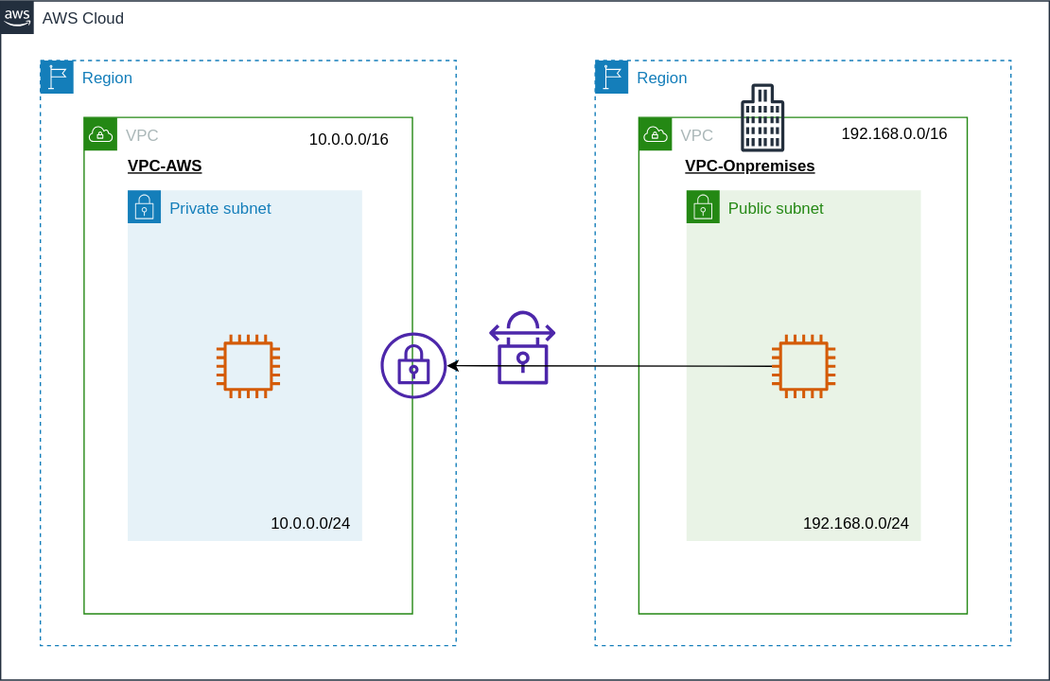
ishiharatma/aws-cdk-cdp keeps this draw.io diagram as usecases/site-to-site-sample/overview.drawio.svg. Above is the earlier version. Source tidied: cells renumbered, new cells last; positions are measured from the earlier drawing's top-left corner, leaving out a move shared by most shapes. Source of this version:
```xml
<mxGraphModel background="#ffffff">
  <root>
    <mxCell id="0" />
    <mxCell id="1" parent="0" />
    <mxCell id="2" value="AWS Cloud" style="gradientColor=none;html=1;whiteSpace=wrap;fontSize=12;fontStyle=0;shape=mxgraph.aws4.group;grIcon=mxgraph.aws4.group_aws_cloud_alt;strokeColor=#232F3E;fillColor=none;verticalAlign=top;align=left;spacingLeft=30;fontColor=#232F3E;dashed=0;" parent="1" vertex="1">
      <mxGeometry width="792" height="513" as="geometry" />
    </mxCell>
    <mxCell id="3" value="Region" style="gradientColor=none;html=1;whiteSpace=wrap;fontSize=12;fontStyle=0;shape=mxgraph.aws4.group;grIcon=mxgraph.aws4.group_region;strokeColor=#147EBA;fillColor=none;verticalAlign=top;align=left;spacingLeft=30;fontColor=#147EBA;dashed=1;" parent="2" vertex="1">
      <mxGeometry x="30" y="45" width="314" height="442" as="geometry" />
    </mxCell>
    <mxCell id="4" value="VPC" style="gradientColor=none;html=1;whiteSpace=wrap;fontSize=12;fontStyle=0;shape=mxgraph.aws4.group;grIcon=mxgraph.aws4.group_vpc;strokeColor=#248814;fillColor=none;verticalAlign=top;align=left;spacingLeft=30;fontColor=#AAB7B8;dashed=0;" parent="3" vertex="1">
      <mxGeometry x="33" y="43" width="248" height="375" as="geometry" />
    </mxCell>
    <mxCell id="5" value="Private subnet" style="gradientColor=none;html=1;whiteSpace=wrap;fontSize=12;fontStyle=0;shape=mxgraph.aws4.group;grIcon=mxgraph.aws4.group_security_group;grStroke=0;strokeColor=#147EBA;fillColor=#E6F2F8;verticalAlign=top;align=left;spacingLeft=30;fontColor=#147EBA;dashed=0;" parent="4" vertex="1">
      <mxGeometry x="33" y="55" width="177" height="265" as="geometry" />
    </mxCell>
    <mxCell id="6" style="sketch=0;outlineConnect=0;fontColor=#232F3E;gradientColor=none;fillColor=#D45B07;strokeColor=none;dashed=0;verticalLabelPosition=bottom;verticalAlign=top;align=center;html=1;fontSize=12;fontStyle=0;shape=mxgraph.aws4.instance2;" parent="5" vertex="1">
      <mxGeometry x="67" y="109" width="48" height="48" as="geometry" />
    </mxCell>
    <mxCell id="7" value="&lt;font color=&quot;#000000&quot;&gt;10.0.0.0/24&lt;/font&gt;" style="text;html=1;align=center;verticalAlign=middle;strokeColor=none;fillColor=none;" parent="5" vertex="1">
      <mxGeometry x="99" y="239" width="78" height="26" as="geometry" />
    </mxCell>
    <mxCell id="8" value="&lt;font color=&quot;#000000&quot;&gt;10.0.0.0/16&lt;/font&gt;" style="text;html=1;align=center;verticalAlign=middle;strokeColor=none;fillColor=none;" parent="4" vertex="1">
      <mxGeometry x="161" y="4" width="78" height="26" as="geometry" />
    </mxCell>
    <mxCell id="9" value="VPC-AWS" style="text;html=1;align=center;verticalAlign=middle;strokeColor=none;fillColor=none;fontColor=#000000;fontStyle=5;" parent="4" vertex="1">
      <mxGeometry x="24" y="24" width="74" height="26" as="geometry" />
    </mxCell>
    <mxCell id="10" style="sketch=0;outlineConnect=0;fontColor=#232F3E;gradientColor=none;fillColor=#4D27AA;strokeColor=none;dashed=0;verticalLabelPosition=bottom;verticalAlign=top;align=center;html=1;fontSize=12;fontStyle=0;shape=mxgraph.aws4.vpn_gateway;" parent="3" vertex="1">
      <mxGeometry x="257" y="205.5" width="50" height="50" as="geometry" />
    </mxCell>
    <mxCell id="11" value="Region" style="gradientColor=none;html=1;whiteSpace=wrap;fontSize=12;fontStyle=0;shape=mxgraph.aws4.group;grIcon=mxgraph.aws4.group_region;strokeColor=#147EBA;fillColor=none;verticalAlign=top;align=left;spacingLeft=30;fontColor=#147EBA;dashed=1;" parent="2" vertex="1">
      <mxGeometry x="449" y="45" width="314" height="442" as="geometry" />
    </mxCell>
    <mxCell id="12" value="VPC" style="gradientColor=none;html=1;whiteSpace=wrap;fontSize=12;fontStyle=0;shape=mxgraph.aws4.group;grIcon=mxgraph.aws4.group_vpc;strokeColor=#248814;fillColor=none;verticalAlign=top;align=left;spacingLeft=30;fontColor=#AAB7B8;dashed=0;" parent="11" vertex="1">
      <mxGeometry x="33" y="43" width="248" height="375" as="geometry" />
    </mxCell>
    <mxCell id="13" value="Public subnet" style="gradientColor=none;html=1;whiteSpace=wrap;fontSize=12;fontStyle=0;shape=mxgraph.aws4.group;grIcon=mxgraph.aws4.group_security_group;grStroke=0;strokeColor=#248814;fillColor=#E9F3E6;verticalAlign=top;align=left;spacingLeft=30;fontColor=#248814;dashed=0;" parent="12" vertex="1">
      <mxGeometry x="36" y="55" width="177" height="265" as="geometry" />
    </mxCell>
    <mxCell id="14" style="sketch=0;outlineConnect=0;fontColor=#232F3E;gradientColor=none;fillColor=#D45B07;strokeColor=none;dashed=0;verticalLabelPosition=bottom;verticalAlign=top;align=center;html=1;fontSize=12;fontStyle=0;shape=mxgraph.aws4.instance2;" parent="13" vertex="1">
      <mxGeometry x="64.5" y="109" width="48" height="48" as="geometry" />
    </mxCell>
    <mxCell id="15" value="&lt;font color=&quot;#000000&quot;&gt;192.168.0.0/24&lt;/font&gt;" style="text;html=1;align=center;verticalAlign=middle;strokeColor=none;fillColor=none;" parent="13" vertex="1">
      <mxGeometry x="79" y="239" width="98" height="26" as="geometry" />
    </mxCell>
    <mxCell id="16" value="&lt;font color=&quot;#000000&quot;&gt;192.168.0.0/16&lt;/font&gt;" style="text;html=1;align=center;verticalAlign=middle;strokeColor=none;fillColor=none;" parent="12" vertex="1">
      <mxGeometry x="144" width="98" height="26" as="geometry" />
    </mxCell>
    <mxCell id="17" value="VPC-Onpremises" style="text;html=1;align=center;verticalAlign=middle;strokeColor=none;fillColor=none;fontColor=#000000;fontStyle=5;" parent="12" vertex="1">
      <mxGeometry x="26" y="24" width="116" height="26" as="geometry" />
    </mxCell>
    <mxCell id="18" style="sketch=0;fontColor=#232F3E;gradientColor=none;fillColor=#232F3D;strokeColor=none;dashed=0;verticalLabelPosition=bottom;verticalAlign=top;align=center;html=1;fontSize=12;fontStyle=0;shape=mxgraph.aws4.office_building;" parent="12" vertex="1">
      <mxGeometry x="77" y="-25.5" width="33" height="51.5" as="geometry" />
    </mxCell>
    <mxCell id="19" style="sketch=0;fontColor=#232F3E;gradientColor=none;fillColor=#4D27AA;strokeColor=none;dashed=0;verticalLabelPosition=bottom;verticalAlign=top;align=center;html=1;fontSize=12;fontStyle=0;shape=mxgraph.aws4.vpn_connection;" parent="2" vertex="1">
      <mxGeometry x="369" y="234" width="50" height="55.7" as="geometry" />
    </mxCell>
    <mxCell id="20" style="edgeStyle=none;html=1;strokeColor=#000000;" parent="2" edge="1" source="14" target="10">
      <mxGeometry relative="1" as="geometry" />
    </mxCell>
  </root>
</mxGraphModel>
```
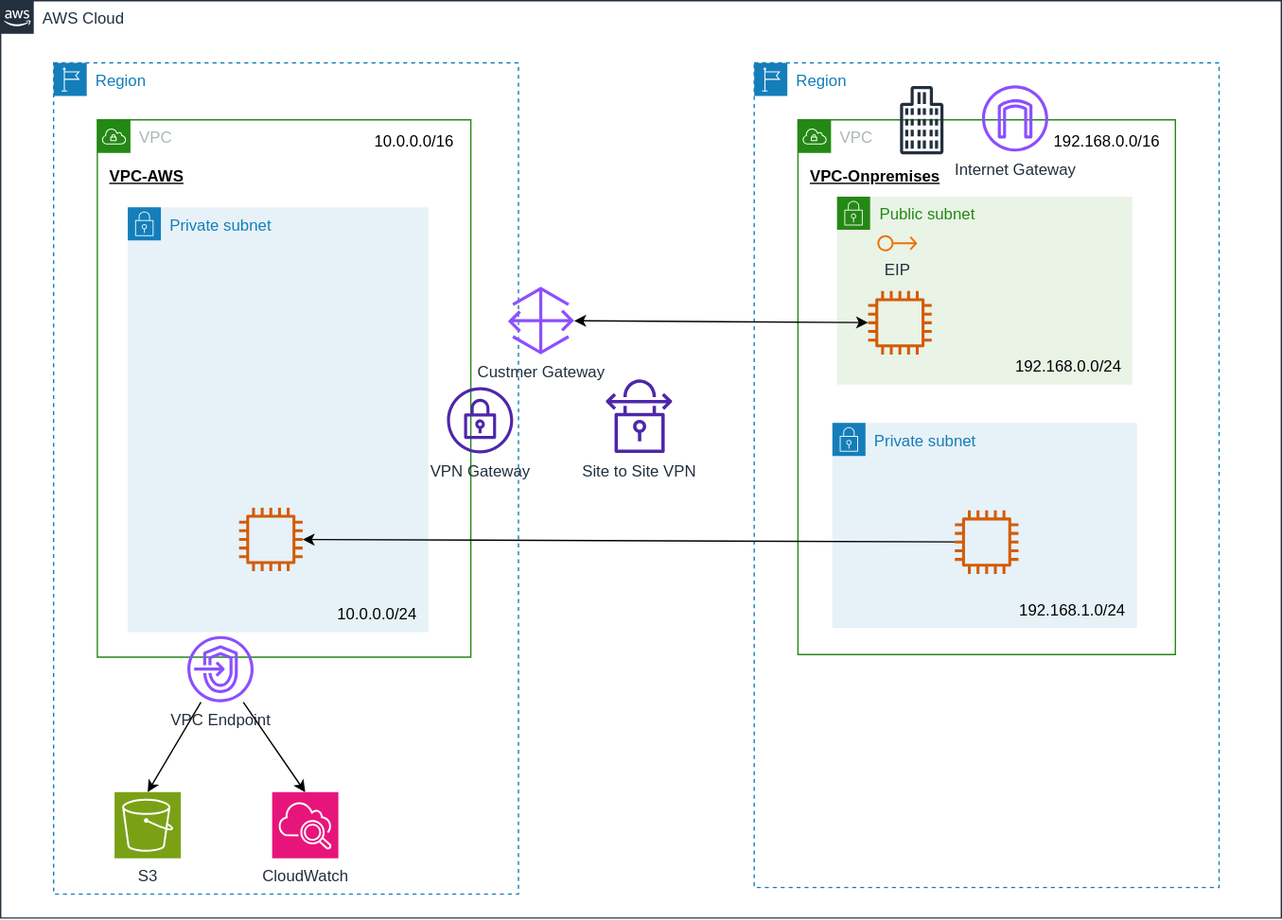
Above is the later version.

The edit, as a diff of the source:
```diff
@@ -3,61 +3,97 @@
     <mxCell id="0" />
     <mxCell id="1" parent="0" />
     <mxCell id="2" value="AWS Cloud" style="gradientColor=none;html=1;whiteSpace=wrap;fontSize=12;fontStyle=0;shape=mxgraph.aws4.group;grIcon=mxgraph.aws4.group_aws_cloud_alt;strokeColor=#232F3E;fillColor=none;verticalAlign=top;align=left;spacingLeft=30;fontColor=#232F3E;dashed=0;" parent="1" vertex="1">
-      <mxGeometry width="792" height="513" as="geometry" />
+      <mxGeometry width="967" height="693" as="geometry" />
     </mxCell>
-    <mxCell id="3" value="Region" style="gradientColor=none;html=1;whiteSpace=wrap;fontSize=12;fontStyle=0;shape=mxgraph.aws4.group;grIcon=mxgraph.aws4.group_region;strokeColor=#147EBA;fillColor=none;verticalAlign=top;align=left;spacingLeft=30;fontColor=#147EBA;dashed=1;" parent="2" vertex="1">
-      <mxGeometry x="30" y="45" width="314" height="442" as="geometry" />
+    <mxCell id="3" value="Region" style="gradientColor=none;html=1;whiteSpace=wrap;fontSize=12;fontStyle=0;shape=mxgraph.aws4.group;grIcon=mxgraph.aws4.group_region;strokeColor=#147EBA;fillColor=none;verticalAlign=top;align=left;spacingLeft=30;fontColor=#147EBA;dashed=1;" parent="1" vertex="1">
+      <mxGeometry x="40" y="47" width="351" height="628" as="geometry" />
     </mxCell>
     <mxCell id="4" value="VPC" style="gradientColor=none;html=1;whiteSpace=wrap;fontSize=12;fontStyle=0;shape=mxgraph.aws4.group;grIcon=mxgraph.aws4.group_vpc;strokeColor=#248814;fillColor=none;verticalAlign=top;align=left;spacingLeft=30;fontColor=#AAB7B8;dashed=0;" parent="3" vertex="1">
-      <mxGeometry x="33" y="43" width="248" height="375" as="geometry" />
+      <mxGeometry x="33" y="43" width="282" height="406" as="geometry" />
     </mxCell>
     <mxCell id="5" value="Private subnet" style="gradientColor=none;html=1;whiteSpace=wrap;fontSize=12;fontStyle=0;shape=mxgraph.aws4.group;grIcon=mxgraph.aws4.group_security_group;grStroke=0;strokeColor=#147EBA;fillColor=#E6F2F8;verticalAlign=top;align=left;spacingLeft=30;fontColor=#147EBA;dashed=0;" parent="4" vertex="1">
-      <mxGeometry x="33" y="55" width="177" height="265" as="geometry" />
+      <mxGeometry x="23" y="66" width="227" height="321" as="geometry" />
     </mxCell>
+    <mxCell id="8" value="&lt;font color=&quot;#000000&quot;&gt;10.0.0.0/16&lt;/font&gt;" style="text;html=1;align=center;verticalAlign=middle;strokeColor=none;fillColor=none;" parent="4" vertex="1">
+      <mxGeometry x="200" y="4" width="78" height="26" as="geometry" />
+    </mxCell>
+    <mxCell id="9" value="VPC-AWS" style="text;html=1;align=center;verticalAlign=middle;strokeColor=none;fillColor=none;fontColor=#000000;fontStyle=5;" parent="4" vertex="1">
+      <mxGeometry y="30" width="74" height="26" as="geometry" />
+    </mxCell>
-    <mxCell id="6" style="sketch=0;outlineConnect=0;fontColor=#232F3E;gradientColor=none;fillColor=#D45B07;strokeColor=none;dashed=0;verticalLabelPosition=bottom;verticalAlign=top;align=center;html=1;fontSize=12;fontStyle=0;shape=mxgraph.aws4.instance2;" parent="5" vertex="1">
-      <mxGeometry x="67" y="109" width="48" height="48" as="geometry" />
+    <mxCell id="6" style="sketch=0;outlineConnect=0;fontColor=#232F3E;gradientColor=none;fillColor=#D45B07;strokeColor=none;dashed=0;verticalLabelPosition=bottom;verticalAlign=top;align=center;html=1;fontSize=12;fontStyle=0;shape=mxgraph.aws4.instance2;" parent="4" vertex="1">
+      <mxGeometry x="107" y="293" width="48" height="48" as="geometry" />
     </mxCell>
-    <mxCell id="7" value="&lt;font color=&quot;#000000&quot;&gt;10.0.0.0/24&lt;/font&gt;" style="text;html=1;align=center;verticalAlign=middle;strokeColor=none;fillColor=none;" parent="5" vertex="1">
-      <mxGeometry x="99" y="239" width="78" height="26" as="geometry" />
+    <mxCell id="7" value="&lt;span style=&quot;color: rgb(0, 0, 0);&quot;&gt;10.0.0.0/24&lt;/span&gt;" style="text;html=1;align=center;verticalAlign=middle;strokeColor=none;fillColor=none;" parent="4" vertex="1">
+      <mxGeometry x="172" y="361" width="78" height="26" as="geometry" />
     </mxCell>
-    <mxCell id="8" value="&lt;font color=&quot;#000000&quot;&gt;10.0.0.0/16&lt;/font&gt;" style="text;html=1;align=center;verticalAlign=middle;strokeColor=none;fillColor=none;" parent="4" vertex="1">
-      <mxGeometry x="161" y="4" width="78" height="26" as="geometry" />
-    </mxCell>
-    <mxCell id="9" value="VPC-AWS" style="text;html=1;align=center;verticalAlign=middle;strokeColor=none;fillColor=none;fontColor=#000000;fontStyle=5;" parent="4" vertex="1">
-      <mxGeometry x="24" y="24" width="74" height="26" as="geometry" />
-    </mxCell>
-    <mxCell id="10" style="sketch=0;outlineConnect=0;fontColor=#232F3E;gradientColor=none;fillColor=#4D27AA;strokeColor=none;dashed=0;verticalLabelPosition=bottom;verticalAlign=top;align=center;html=1;fontSize=12;fontStyle=0;shape=mxgraph.aws4.vpn_gateway;" parent="3" vertex="1">
-      <mxGeometry x="257" y="205.5" width="50" height="50" as="geometry" />
+    <mxCell id="10" value="VPN Gateway" style="sketch=0;outlineConnect=0;fontColor=#232F3E;gradientColor=none;fillColor=#4D27AA;strokeColor=none;dashed=0;verticalLabelPosition=bottom;verticalAlign=top;align=center;html=1;fontSize=12;fontStyle=0;shape=mxgraph.aws4.vpn_gateway;" parent="3" vertex="1">
+      <mxGeometry x="297" y="245" width="50" height="50" as="geometry" />
     </mxCell>
+    <mxCell id="21" value="S3" style="sketch=0;points=[[0,0,0],[0.25,0,0],[0.5,0,0],[0.75,0,0],[1,0,0],[0,1,0],[0.25,1,0],[0.5,1,0],[0.75,1,0],[1,1,0],[0,0.25,0],[0,0.5,0],[0,0.75,0],[1,0.25,0],[1,0.5,0],[1,0.75,0]];outlineConnect=0;fontColor=#232F3E;fillColor=#7AA116;strokeColor=#ffffff;dashed=0;verticalLabelPosition=bottom;verticalAlign=top;align=center;html=1;fontSize=12;fontStyle=0;shape=mxgraph.aws4.resourceIcon;resIcon=mxgraph.aws4.s3;" parent="3" vertex="1">
+      <mxGeometry x="46" y="551" width="50" height="50" as="geometry" />
+    </mxCell>
+    <mxCell id="22" value="CloudWatch" style="sketch=0;points=[[0,0,0],[0.25,0,0],[0.5,0,0],[0.75,0,0],[1,0,0],[0,1,0],[0.25,1,0],[0.5,1,0],[0.75,1,0],[1,1,0],[0,0.25,0],[0,0.5,0],[0,0.75,0],[1,0.25,0],[1,0.5,0],[1,0.75,0]];points=[[0,0,0],[0.25,0,0],[0.5,0,0],[0.75,0,0],[1,0,0],[0,1,0],[0.25,1,0],[0.5,1,0],[0.75,1,0],[1,1,0],[0,0.25,0],[0,0.5,0],[0,0.75,0],[1,0.25,0],[1,0.5,0],[1,0.75,0]];outlineConnect=0;fontColor=#232F3E;fillColor=#E7157B;strokeColor=#ffffff;dashed=0;verticalLabelPosition=bottom;verticalAlign=top;align=center;html=1;fontSize=12;fontStyle=0;shape=mxgraph.aws4.resourceIcon;resIcon=mxgraph.aws4.cloudwatch_2;" parent="3" vertex="1">
+      <mxGeometry x="165" y="551" width="50" height="50" as="geometry" />
+    </mxCell>
-    <mxCell id="11" value="Region" style="gradientColor=none;html=1;whiteSpace=wrap;fontSize=12;fontStyle=0;shape=mxgraph.aws4.group;grIcon=mxgraph.aws4.group_region;strokeColor=#147EBA;fillColor=none;verticalAlign=top;align=left;spacingLeft=30;fontColor=#147EBA;dashed=1;" parent="2" vertex="1">
-      <mxGeometry x="449" y="45" width="314" height="442" as="geometry" />
+    <mxCell id="11" value="Region" style="gradientColor=none;html=1;whiteSpace=wrap;fontSize=12;fontStyle=0;shape=mxgraph.aws4.group;grIcon=mxgraph.aws4.group_region;strokeColor=#147EBA;fillColor=none;verticalAlign=top;align=left;spacingLeft=30;fontColor=#147EBA;dashed=1;" parent="1" vertex="1">
+      <mxGeometry x="569" y="47" width="351" height="623" as="geometry" />
     </mxCell>
     <mxCell id="12" value="VPC" style="gradientColor=none;html=1;whiteSpace=wrap;fontSize=12;fontStyle=0;shape=mxgraph.aws4.group;grIcon=mxgraph.aws4.group_vpc;strokeColor=#248814;fillColor=none;verticalAlign=top;align=left;spacingLeft=30;fontColor=#AAB7B8;dashed=0;" parent="11" vertex="1">
-      <mxGeometry x="33" y="43" width="248" height="375" as="geometry" />
+      <mxGeometry x="33" y="43" width="285" height="404" as="geometry" />
     </mxCell>
     <mxCell id="13" value="Public subnet" style="gradientColor=none;html=1;whiteSpace=wrap;fontSize=12;fontStyle=0;shape=mxgraph.aws4.group;grIcon=mxgraph.aws4.group_security_group;grStroke=0;strokeColor=#248814;fillColor=#E9F3E6;verticalAlign=top;align=left;spacingLeft=30;fontColor=#248814;dashed=0;" parent="12" vertex="1">
-      <mxGeometry x="36" y="55" width="177" height="265" as="geometry" />
+      <mxGeometry x="29.5" y="58" width="223" height="142" as="geometry" />
     </mxCell>
     <mxCell id="14" style="sketch=0;outlineConnect=0;fontColor=#232F3E;gradientColor=none;fillColor=#D45B07;strokeColor=none;dashed=0;verticalLabelPosition=bottom;verticalAlign=top;align=center;html=1;fontSize=12;fontStyle=0;shape=mxgraph.aws4.instance2;" parent="13" vertex="1">
-      <mxGeometry x="64.5" y="109" width="48" height="48" as="geometry" />
+      <mxGeometry x="23.5" y="71.3" width="48" height="48" as="geometry" />
     </mxCell>
     <mxCell id="15" value="&lt;font color=&quot;#000000&quot;&gt;192.168.0.0/24&lt;/font&gt;" style="text;html=1;align=center;verticalAlign=middle;strokeColor=none;fillColor=none;" parent="13" vertex="1">
-      <mxGeometry x="79" y="239" width="98" height="26" as="geometry" />
+      <mxGeometry x="125" y="116" width="98" height="26" as="geometry" />
     </mxCell>
+    <mxCell id="23" value="EIP" style="sketch=0;fontColor=#232F3E;gradientColor=none;fillColor=#ED7100;strokeColor=none;dashed=0;verticalLabelPosition=bottom;verticalAlign=top;align=center;html=1;fontSize=12;fontStyle=0;shape=mxgraph.aws4.elastic_ip_address;" parent="13" vertex="1">
+      <mxGeometry x="30.5" y="29" width="30" height="12.5" as="geometry" />
+    </mxCell>
     <mxCell id="16" value="&lt;font color=&quot;#000000&quot;&gt;192.168.0.0/16&lt;/font&gt;" style="text;html=1;align=center;verticalAlign=middle;strokeColor=none;fillColor=none;" parent="12" vertex="1">
-      <mxGeometry x="144" width="98" height="26" as="geometry" />
+      <mxGeometry x="184" y="4" width="98" height="26" as="geometry" />
     </mxCell>
     <mxCell id="17" value="VPC-Onpremises" style="text;html=1;align=center;verticalAlign=middle;strokeColor=none;fillColor=none;fontColor=#000000;fontStyle=5;" parent="12" vertex="1">
-      <mxGeometry x="26" y="24" width="116" height="26" as="geometry" />
+      <mxGeometry y="30" width="116" height="26" as="geometry" />
     </mxCell>
     <mxCell id="18" style="sketch=0;fontColor=#232F3E;gradientColor=none;fillColor=#232F3D;strokeColor=none;dashed=0;verticalLabelPosition=bottom;verticalAlign=top;align=center;html=1;fontSize=12;fontStyle=0;shape=mxgraph.aws4.office_building;" parent="12" vertex="1">
       <mxGeometry x="77" y="-25.5" width="33" height="51.5" as="geometry" />
     </mxCell>
+    <mxCell id="24" value="Private subnet" style="gradientColor=none;html=1;whiteSpace=wrap;fontSize=12;fontStyle=0;shape=mxgraph.aws4.group;grIcon=mxgraph.aws4.group_security_group;grStroke=0;strokeColor=#147EBA;fillColor=#E6F2F8;verticalAlign=top;align=left;spacingLeft=30;fontColor=#147EBA;dashed=0;" parent="12" vertex="1">
+      <mxGeometry x="26" y="229" width="230" height="155" as="geometry" />
+    </mxCell>
+    <mxCell id="25" value="&lt;font color=&quot;#000000&quot;&gt;192.168.1.0/24&lt;/font&gt;" style="text;html=1;align=center;verticalAlign=middle;strokeColor=none;fillColor=none;" parent="12" vertex="1">
+      <mxGeometry x="158" y="358" width="98" height="26" as="geometry" />
+    </mxCell>
+    <mxCell id="26" style="sketch=0;outlineConnect=0;fontColor=#232F3E;gradientColor=none;fillColor=#D45B07;strokeColor=none;dashed=0;verticalLabelPosition=bottom;verticalAlign=top;align=center;html=1;fontSize=12;fontStyle=0;shape=mxgraph.aws4.instance2;" parent="12" vertex="1">
+      <mxGeometry x="118.5" y="295" width="48" height="48" as="geometry" />
+    </mxCell>
+    <mxCell id="27" value="Internet Gateway" style="sketch=0;fontColor=#232F3E;gradientColor=none;fillColor=#8C4FFF;strokeColor=none;dashed=0;verticalLabelPosition=bottom;verticalAlign=top;align=center;html=1;fontSize=12;fontStyle=0;shape=mxgraph.aws4.internet_gateway;" parent="11" vertex="1">
+      <mxGeometry x="172" y="17" width="50" height="50" as="geometry" />
+    </mxCell>
-    <mxCell id="19" style="sketch=0;fontColor=#232F3E;gradientColor=none;fillColor=#4D27AA;strokeColor=none;dashed=0;verticalLabelPosition=bottom;verticalAlign=top;align=center;html=1;fontSize=12;fontStyle=0;shape=mxgraph.aws4.vpn_connection;" parent="2" vertex="1">
-      <mxGeometry x="369" y="234" width="50" height="55.7" as="geometry" />
+    <mxCell id="19" value="Site to Site VPN" style="sketch=0;fontColor=#232F3E;gradientColor=none;fillColor=#4D27AA;strokeColor=none;dashed=0;verticalLabelPosition=bottom;verticalAlign=top;align=center;html=1;fontSize=12;fontStyle=0;shape=mxgraph.aws4.vpn_connection;" parent="1" vertex="1">
+      <mxGeometry x="457" y="286" width="50" height="55.7" as="geometry" />
     </mxCell>
-    <mxCell id="20" style="edgeStyle=none;html=1;strokeColor=#000000;" parent="2" edge="1" source="14" target="10">
-      <mxGeometry relative="1" as="geometry" />
-    </mxCell>
+    <mxCell id="28" value="VPC Endpoint" style="sketch=0;outlineConnect=0;fontColor=#232F3E;gradientColor=none;fillColor=#8C4FFF;strokeColor=none;dashed=0;verticalLabelPosition=bottom;verticalAlign=top;align=center;html=1;fontSize=12;fontStyle=0;shape=mxgraph.aws4.endpoints;" parent="1" vertex="1">
+      <mxGeometry x="141" y="480" width="50" height="50" as="geometry" />
+    </mxCell>
+    <mxCell id="29" style="edgeStyle=none;html=1;entryX=0.5;entryY=0;entryDx=0;entryDy=0;entryPerimeter=0;" parent="1" edge="1" source="28" target="21">
+      <mxGeometry relative="1" as="geometry" />
+    </mxCell>
+    <mxCell id="30" style="edgeStyle=none;html=1;entryX=0.5;entryY=0;entryDx=0;entryDy=0;entryPerimeter=0;" parent="1" edge="1" source="28" target="22">
+      <mxGeometry relative="1" as="geometry" />
+    </mxCell>
+    <mxCell id="31" style="edgeStyle=none;html=1;" parent="1" edge="1" source="26" target="6">
+      <mxGeometry relative="1" as="geometry" />
+    </mxCell>
+    <mxCell id="32" value="Custmer Gateway" style="sketch=0;outlineConnect=0;fontColor=#232F3E;gradientColor=none;fillColor=#8C4FFF;strokeColor=none;dashed=0;verticalLabelPosition=bottom;verticalAlign=top;align=center;html=1;fontSize=12;fontStyle=0;shape=mxgraph.aws4.gateway;" parent="1" vertex="1">
+      <mxGeometry x="383" y="216" width="50" height="51.3" as="geometry" />
+    </mxCell>
+    <mxCell id="33" style="edgeStyle=none;html=1;startArrow=classic;startFill=1;" parent="1" edge="1" source="14" target="32">
+      <mxGeometry relative="1" as="geometry" />
+    </mxCell>
   </root>
 </mxGraphModel>
```
